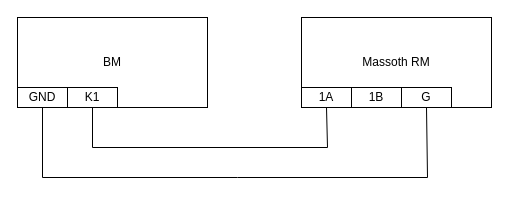
The draw.io diagram MD_BM_to_Massoth_RM_8170001.drawio in MaxWinther/rocrail, before the edit. Source tidied: cells renumbered, new cells numbered last; positions are measured from the earlier drawing's top-left corner, leaving out a move shared by most shapes. Both pictures are drawn from the tidied source at 100%, with x=0, y=0 at pixel (17, 17).
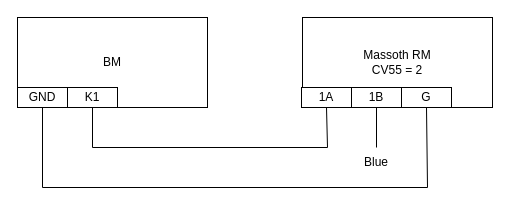
After the change.

What changed in the source:
```diff
@@
 <mxGraphModel>
   <root>
     <mxCell id="0" />
     <mxCell id="1" parent="0" />
     <mxCell id="2" value="BM" style="rounded=0;whiteSpace=wrap;html=1;" parent="1" vertex="1">
       <mxGeometry width="190" height="90" as="geometry" />
     </mxCell>
     <mxCell id="3" value="GND" style="rounded=0;whiteSpace=wrap;html=1;" parent="1" vertex="1">
       <mxGeometry y="70" width="50" height="20" as="geometry" />
     </mxCell>
     <mxCell id="4" value="K1" style="rounded=0;whiteSpace=wrap;html=1;" parent="1" vertex="1">
       <mxGeometry x="50" y="70" width="50" height="20" as="geometry" />
     </mxCell>
-    <mxCell id="5" value="Massoth RM" style="rounded=0;whiteSpace=wrap;html=1;" parent="1" vertex="1">
-      <mxGeometry x="284" width="190" height="90" as="geometry" />
+    <mxCell id="5" value="Massoth RM&lt;br&gt;CV55 = 2" style="rounded=0;whiteSpace=wrap;html=1;" parent="1" vertex="1">
+      <mxGeometry x="285" width="190" height="90" as="geometry" />
     </mxCell>
     <mxCell id="6" value="1A" style="rounded=0;whiteSpace=wrap;html=1;" parent="1" vertex="1">
       <mxGeometry x="284" y="70" width="50" height="20" as="geometry" />
     </mxCell>
     <mxCell id="7" value="1B" style="rounded=0;whiteSpace=wrap;html=1;" parent="1" vertex="1">
       <mxGeometry x="334" y="70" width="50" height="20" as="geometry" />
     </mxCell>
     <mxCell id="8" value="G" style="rounded=0;whiteSpace=wrap;html=1;" parent="1" vertex="1">
       <mxGeometry x="384" y="70" width="50" height="20" as="geometry" />
     </mxCell>
     <mxCell id="9" style="endArrow=none;html=1;rounded=0;entryX=0.5;entryY=1;entryDx=0;entryDy=0;exitX=0.5;exitY=1;exitDx=0;exitDy=0;" parent="1" edge="1" source="8" target="3">
       <mxGeometry relative="1" as="geometry">
         <Array as="points">
-          <mxPoint x="410" y="160" />
-          <mxPoint x="220" y="160" />
-          <mxPoint x="25" y="160" />
+          <mxPoint x="410" y="170" />
+          <mxPoint x="25" y="170" />
         </Array>
       </mxGeometry>
     </mxCell>
     <mxCell id="10" style="endArrow=none;html=1;rounded=0;entryX=0.5;entryY=1;entryDx=0;entryDy=0;exitX=0.5;exitY=1;exitDx=0;exitDy=0;" parent="1" edge="1" source="6" target="4">
       <mxGeometry relative="1" as="geometry">
         <Array as="points">
           <mxPoint x="310" y="130" />
           <mxPoint x="75" y="130" />
         </Array>
       </mxGeometry>
     </mxCell>
+    <mxCell id="11" style="endArrow=none;html=1;rounded=0;entryX=0.5;entryY=1;entryDx=0;entryDy=0;" parent="1" edge="1" target="7">
+      <mxGeometry relative="1" as="geometry">
+        <mxPoint x="359" y="130" as="sourcePoint" />
+      </mxGeometry>
+    </mxCell>
+    <mxCell id="12" value="Blue" style="text;html=1;strokeColor=none;fillColor=none;align=center;verticalAlign=middle;whiteSpace=wrap;rounded=0;" parent="1" vertex="1">
+      <mxGeometry x="329" y="130" width="60" height="30" as="geometry" />
+    </mxCell>
   </root>
 </mxGraphModel>
```
